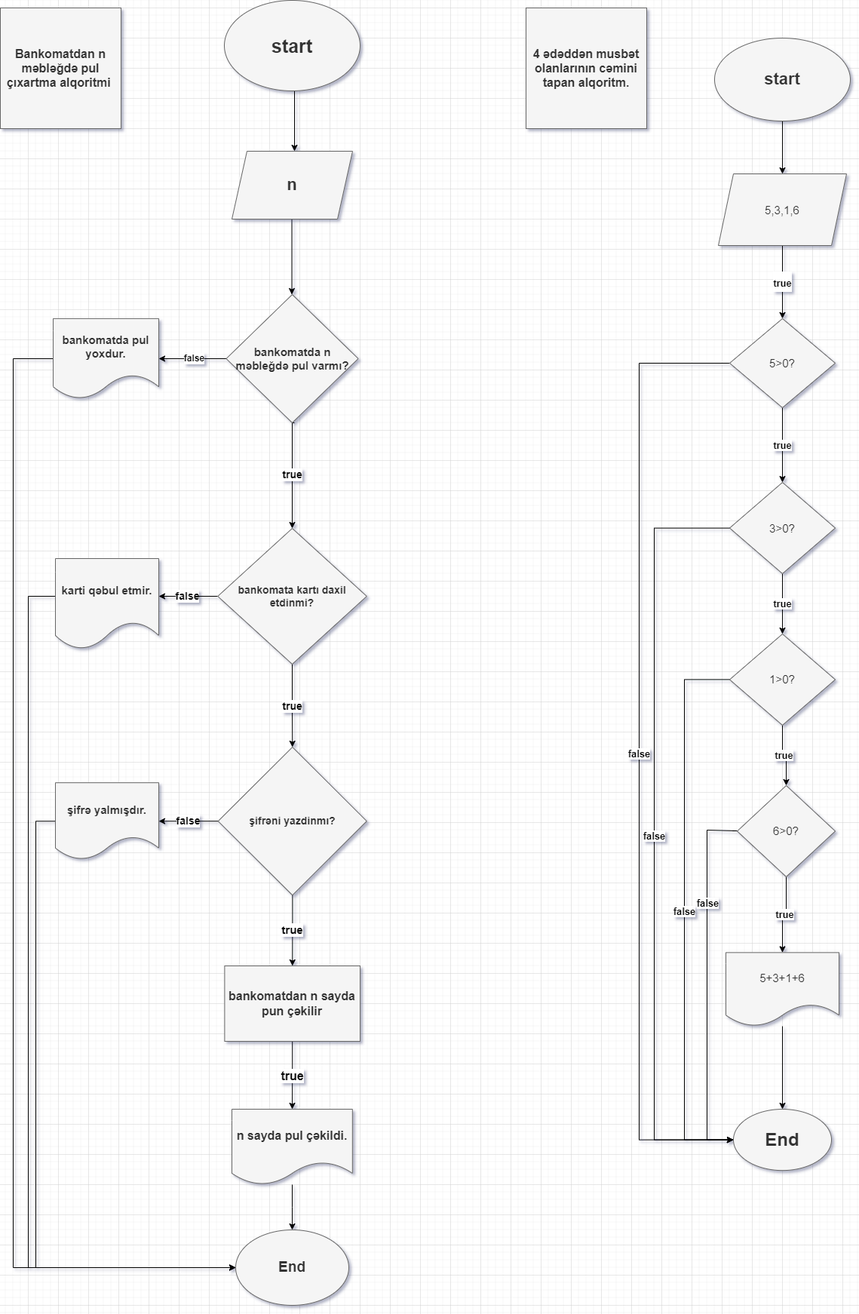
The draw.io diagram Untitled Diagram.drawio.png in Joshgun57/130, before a commit. Source tidied: cells renumbered, new cells last; positions are measured from the earlier drawing's top-left corner, leaving out a move shared by most shapes.
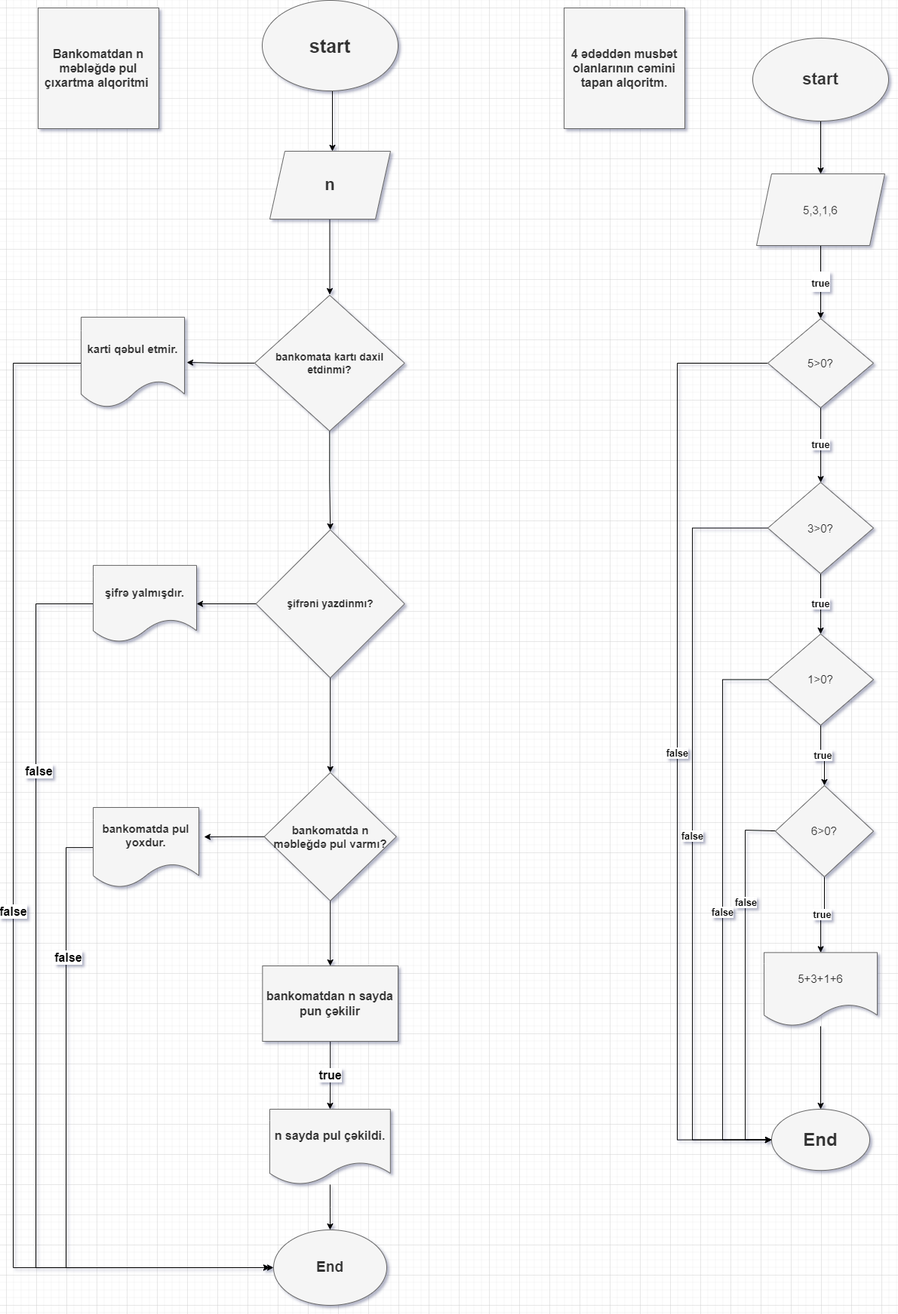
The same file after the commit.

Change to the diagram source:
```diff
@@ -23,11 +23,6 @@
     <mxCell id="6" value="&lt;font size=&quot;1&quot; style=&quot;vertical-align: inherit;&quot;&gt;&lt;b style=&quot;font-size: 16px;&quot;&gt;Bankomatdan n məbləğdə pul çıxartma alqoritmi&amp;nbsp;&lt;/b&gt;&lt;/font&gt;" style="whiteSpace=wrap;html=1;fillColor=#f5f5f5;fontColor=#333333;strokeColor=#666666;" parent="1" vertex="1">
       <mxGeometry y="10" width="160" height="160" as="geometry" />
     </mxCell>
-    <mxCell id="7" value="&lt;b&gt;&lt;font style=&quot;font-size: 12px;&quot;&gt;false&lt;/font&gt;&lt;/b&gt;" style="edgeStyle=orthogonalEdgeStyle;rounded=0;jettySize=auto;html=1;" parent="1" edge="1" target="11">
-      <mxGeometry relative="1" as="geometry">
-        <mxPoint x="302.5" y="475" as="sourcePoint" />
-      </mxGeometry>
-    </mxCell>
     <mxCell id="8" value="&lt;b&gt;true&lt;/b&gt;" style="edgeStyle=orthogonalEdgeStyle;rounded=0;jettySize=auto;html=1;fontSize=14;entryX=0.5;entryY=0;entryDx=0;entryDy=0;" parent="1" edge="1" target="20">
       <mxGeometry relative="1" as="geometry">
         <mxPoint x="390" y="560" as="sourcePoint" />
@@ -36,73 +31,78 @@
         </Array>
       </mxGeometry>
     </mxCell>
+    <mxCell id="48" style="edgeStyle=orthogonalEdgeStyle;rounded=0;jettySize=auto;html=1;fontSize=24;entryX=0.5;entryY=0;entryDx=0;entryDy=0;" parent="1" edge="1" source="9" target="24">
+      <mxGeometry relative="1" as="geometry" />
+    </mxCell>
+    <mxCell id="49" style="edgeStyle=orthogonalEdgeStyle;rounded=0;jettySize=auto;html=1;exitX=0;exitY=0.5;exitDx=0;exitDy=0;entryX=1.05;entryY=0.367;entryDx=0;entryDy=0;entryPerimeter=0;fontSize=16;" parent="1" edge="1" source="9" target="11">
+      <mxGeometry relative="1" as="geometry" />
+    </mxCell>
     <mxCell id="9" value="&lt;b&gt;&lt;font style=&quot;font-size: 15px;&quot;&gt;bankomatda n məbleğdə pul varmı?&lt;/font&gt;&lt;/b&gt;" style="rhombus;whiteSpace=wrap;html=1;fillColor=#f5f5f5;fontColor=#333333;strokeColor=#666666;" parent="1" vertex="1">
-      <mxGeometry x="299.5" y="390" width="175" height="170" as="geometry" />
+      <mxGeometry x="299.7" y="1023.7" width="175" height="170" as="geometry" />
     </mxCell>
-    <mxCell id="10" style="edgeStyle=orthogonalEdgeStyle;rounded=0;jettySize=auto;html=1;exitX=0;exitY=0.5;exitDx=0;exitDy=0;fontSize=25;entryX=0;entryY=0.5;entryDx=0;entryDy=0;" parent="1" edge="1" source="11" target="12">
-      <mxGeometry relative="1" as="geometry">
-        <Array as="points">
-          <mxPoint x="17" y="475" />
-          <mxPoint x="17" y="1680" />
-        </Array>
-      </mxGeometry>
-    </mxCell>
+    <mxCell id="50" style="edgeStyle=orthogonalEdgeStyle;rounded=0;jettySize=auto;html=1;fontSize=16;" parent="1" edge="1" source="11">
+      <mxGeometry relative="1" as="geometry">
+        <mxPoint x="307" y="1680" as="targetPoint" />
+        <Array as="points">
+          <mxPoint x="37" y="1123" />
+          <mxPoint x="37" y="1680" />
+        </Array>
+      </mxGeometry>
+    </mxCell>
+    <mxCell id="51" value="&lt;b&gt;false&lt;/b&gt;" style="edgeLabel;html=1;align=center;verticalAlign=middle;fontSize=16;" parent="50" vertex="1">
+      <mxGeometry x="-0.58" y="2" relative="1" as="geometry" />
+    </mxCell>
     <mxCell id="11" value="&lt;b&gt;&lt;font style=&quot;font-size: 15px;&quot;&gt;bankomatda pul yoxdur.&lt;/font&gt;&lt;/b&gt;" style="shape=document;whiteSpace=wrap;html=1;boundedLbl=1;fillColor=#f5f5f5;fontColor=#333333;strokeColor=#666666;" parent="1" vertex="1">
-      <mxGeometry x="70" y="421.9" width="140" height="106.2" as="geometry" />
+      <mxGeometry x="73" y="1070" width="140" height="106.2" as="geometry" />
     </mxCell>
     <mxCell id="12" value="&lt;b&gt;&lt;font style=&quot;font-size: 19px;&quot;&gt;End&lt;/font&gt;&lt;/b&gt;" style="ellipse;whiteSpace=wrap;html=1;fillColor=#f5f5f5;fontColor=#333333;strokeColor=#666666;" parent="1" vertex="1">
       <mxGeometry x="312" y="1630" width="150" height="100" as="geometry" />
     </mxCell>
-    <mxCell id="13" style="edgeStyle=orthogonalEdgeStyle;rounded=0;jettySize=auto;html=1;entryX=0;entryY=0.5;entryDx=0;entryDy=0;fontSize=14;" parent="1" edge="1" source="14" target="12">
+    <mxCell id="13" value="&lt;b&gt;false&lt;/b&gt;" style="edgeStyle=orthogonalEdgeStyle;rounded=0;jettySize=auto;html=1;fontSize=16;entryX=0;entryY=0.5;entryDx=0;entryDy=0;" parent="1" edge="1" source="14" target="12">
       <mxGeometry relative="1" as="geometry">
         <Array as="points">
-          <mxPoint x="37" y="790" />
-          <mxPoint x="37" y="1680" />
+          <mxPoint x="-33" y="481" />
+          <mxPoint x="-33" y="1680" />
         </Array>
       </mxGeometry>
     </mxCell>
     <mxCell id="14" value="&lt;b&gt;&lt;font style=&quot;font-size: 15px;&quot;&gt;karti qəbul etmir.&lt;/font&gt;&lt;/b&gt;" style="shape=document;whiteSpace=wrap;html=1;boundedLbl=1;fillColor=#f5f5f5;strokeColor=#666666;fontColor=#333333;" parent="1" vertex="1">
-      <mxGeometry x="73" y="740" width="137" height="120" as="geometry" />
+      <mxGeometry x="57" y="420" width="137" height="120" as="geometry" />
     </mxCell>
-    <mxCell id="15" value="&lt;b&gt;false&lt;/b&gt;" style="edgeStyle=orthogonalEdgeStyle;rounded=0;jettySize=auto;html=1;fontSize=14;" parent="1" edge="1" source="17" target="22">
+    <mxCell id="15" style="edgeStyle=orthogonalEdgeStyle;rounded=0;jettySize=auto;html=1;exitX=0;exitY=0.5;exitDx=0;exitDy=0;entryX=1;entryY=0.5;entryDx=0;entryDy=0;fontSize=16;" parent="1" edge="1" source="17" target="22">
       <mxGeometry relative="1" as="geometry" />
     </mxCell>
-    <mxCell id="16" value="&lt;b&gt;true&lt;/b&gt;" style="edgeStyle=orthogonalEdgeStyle;rounded=0;jettySize=auto;html=1;fontSize=15;" parent="1" edge="1" source="17">
-      <mxGeometry relative="1" as="geometry">
-        <mxPoint x="387.2" y="1280" as="targetPoint" />
-        <Array as="points">
-          <mxPoint x="387" y="1230" />
-          <mxPoint x="387" y="1230" />
-        </Array>
-      </mxGeometry>
-    </mxCell>
+    <mxCell id="52" style="edgeStyle=orthogonalEdgeStyle;rounded=0;jettySize=auto;html=1;exitX=0.5;exitY=1;exitDx=0;exitDy=0;entryX=0.5;entryY=0;entryDx=0;entryDy=0;fontSize=16;" parent="1" edge="1" source="17" target="9">
+      <mxGeometry relative="1" as="geometry" />
+    </mxCell>
     <mxCell id="17" value="&lt;b&gt;&lt;font style=&quot;font-size: 14px;&quot;&gt;şifrəni yazdinmı?&lt;/font&gt;&lt;/b&gt;" style="rhombus;whiteSpace=wrap;html=1;fillColor=#f5f5f5;strokeColor=#666666;fontColor=#333333;" parent="1" vertex="1">
-      <mxGeometry x="288.8" y="990" width="197" height="196.2" as="geometry" />
+      <mxGeometry x="288.7" y="701.9" width="197" height="196.2" as="geometry" />
     </mxCell>
-    <mxCell id="18" value="&lt;b&gt;false&lt;/b&gt;" style="edgeStyle=orthogonalEdgeStyle;rounded=0;jettySize=auto;html=1;fontSize=14;" parent="1" edge="1" source="20" target="14">
-      <mxGeometry relative="1" as="geometry">
-        <Array as="points">
-          <mxPoint x="237" y="790" />
-          <mxPoint x="237" y="790" />
-        </Array>
-      </mxGeometry>
-    </mxCell>
+    <mxCell id="53" style="edgeStyle=orthogonalEdgeStyle;rounded=0;jettySize=auto;html=1;fontSize=16;" parent="1" edge="1" source="20">
+      <mxGeometry relative="1" as="geometry">
+        <mxPoint x="197" y="480" as="targetPoint" />
+      </mxGeometry>
+    </mxCell>
-    <mxCell id="19" value="&lt;b&gt;true&lt;/b&gt;" style="edgeStyle=orthogonalEdgeStyle;rounded=0;jettySize=auto;html=1;entryX=0.5;entryY=0;entryDx=0;entryDy=0;fontSize=14;" parent="1" edge="1" source="20" target="17">
+    <mxCell id="19" style="edgeStyle=orthogonalEdgeStyle;rounded=0;jettySize=auto;html=1;exitX=0.5;exitY=1;exitDx=0;exitDy=0;fontSize=16;" parent="1" edge="1" source="20" target="17">
       <mxGeometry relative="1" as="geometry" />
     </mxCell>
     <mxCell id="20" value="&lt;b&gt;&lt;font style=&quot;font-size: 14px;&quot;&gt;bankomata kartı daxil etdinmi?&lt;/font&gt;&lt;/b&gt;" style="rhombus;whiteSpace=wrap;html=1;fillColor=#f5f5f5;strokeColor=#666666;fontColor=#333333;" parent="1" vertex="1">
-      <mxGeometry x="288.2" y="700" width="197.5" height="180" as="geometry" />
+      <mxGeometry x="287" y="390.9" width="198.7" height="180" as="geometry" />
     </mxCell>
-    <mxCell id="21" style="edgeStyle=orthogonalEdgeStyle;rounded=0;jettySize=auto;html=1;entryX=0;entryY=0.5;entryDx=0;entryDy=0;fontSize=16;" parent="1" edge="1" source="22" target="12">
-      <mxGeometry relative="1" as="geometry">
-        <Array as="points">
-          <mxPoint x="47" y="1088" />
-          <mxPoint x="47" y="1680" />
-        </Array>
-      </mxGeometry>
-    </mxCell>
+    <mxCell id="54" style="edgeStyle=orthogonalEdgeStyle;rounded=0;jettySize=auto;html=1;exitX=0;exitY=0.5;exitDx=0;exitDy=0;fontSize=16;" parent="1" edge="1" source="22">
+      <mxGeometry relative="1" as="geometry">
+        <mxPoint x="307" y="1680" as="targetPoint" />
+        <Array as="points">
+          <mxPoint x="-3" y="800" />
+          <mxPoint x="-3" y="1680" />
+        </Array>
+      </mxGeometry>
+    </mxCell>
+    <mxCell id="55" value="&lt;b&gt;false&lt;/b&gt;" style="edgeLabel;html=1;align=center;verticalAlign=middle;fontSize=16;" parent="54" vertex="1">
+      <mxGeometry x="-0.53" y="3" relative="1" as="geometry" />
+    </mxCell>
     <mxCell id="22" value="&lt;b&gt;&lt;font style=&quot;font-size: 15px;&quot;&gt;şifrə yalmışdır.&lt;/font&gt;&lt;/b&gt;" style="shape=document;whiteSpace=wrap;html=1;boundedLbl=1;fillColor=#f5f5f5;strokeColor=#666666;fontColor=#333333;" parent="1" vertex="1">
-      <mxGeometry x="73" y="1037.2" width="137" height="101.9" as="geometry" />
+      <mxGeometry x="73" y="749.1" width="137" height="101.9" as="geometry" />
     </mxCell>
     <mxCell id="23" value="&lt;b&gt;true&lt;/b&gt;" style="edgeStyle=orthogonalEdgeStyle;rounded=0;jettySize=auto;html=1;fontSize=16;" parent="1" edge="1" source="24" target="26">
       <mxGeometry relative="1" as="geometry" />
```
